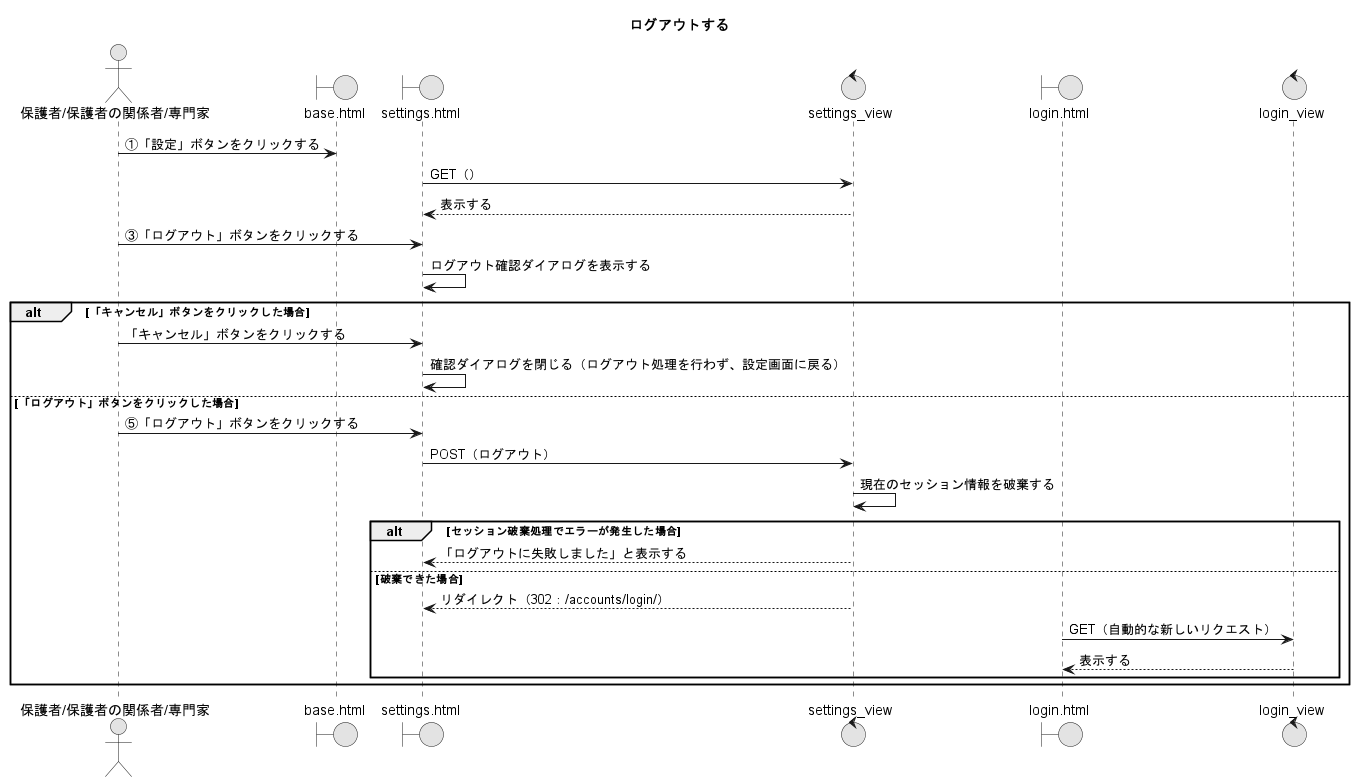
Before: PNG/03_ログアウトする.png, a diagram exported from PlantUML (Ma2naga190330/26_sotugyou_puml).
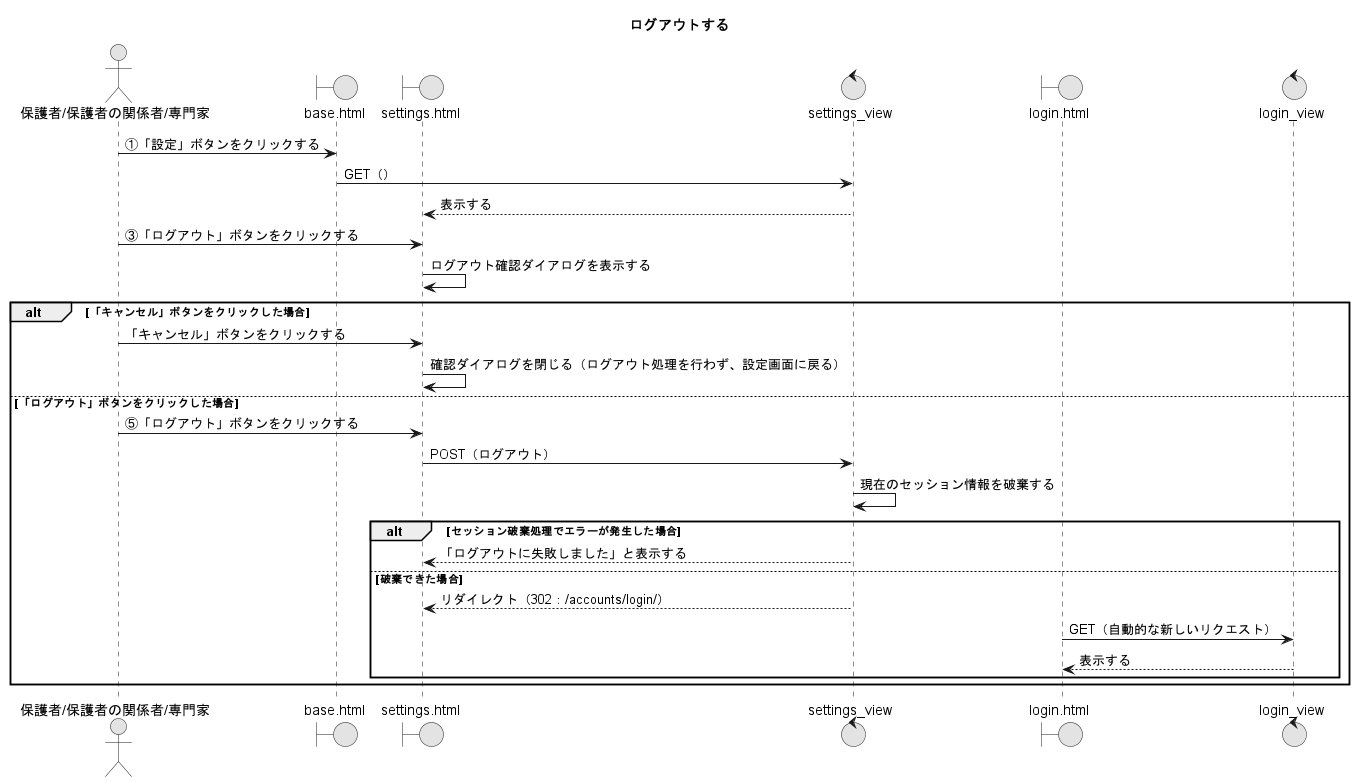
Above is the later version.

Diff of the diagram source:
```diff
@@ -11,7 +11,7 @@
 control "login_view" as LV
 
 A -> BP : ①「設定」ボタンをクリックする
-SP -> SV : GET（）
+BP -> SV : GET（）
 SV --> SP : 表示する
 
 A -> SP : ③「ログアウト」ボタンをクリックする
```
